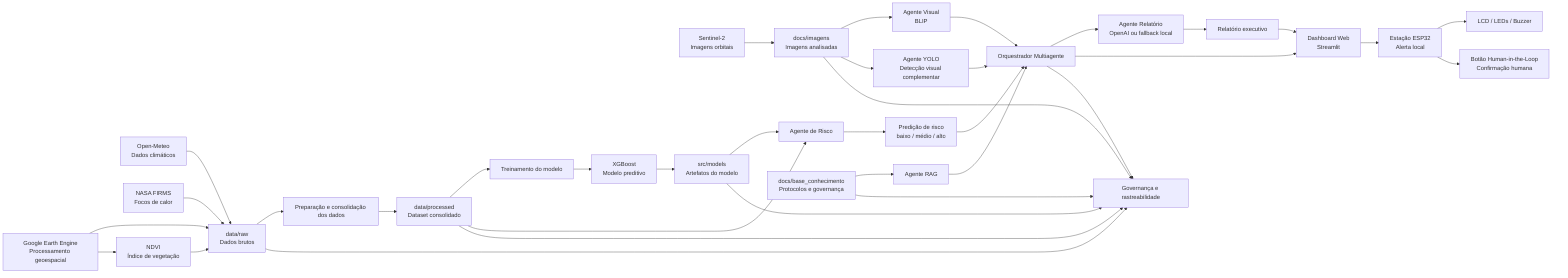
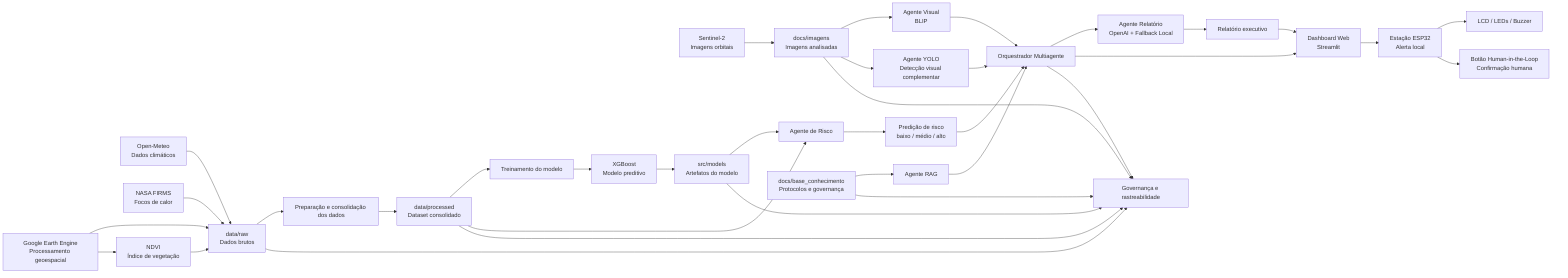
flowchart LR
+ 
    A[Open-Meteo<br/>Dados climáticos] --> B[data/raw<br/>Dados brutos]
    C[NASA FIRMS<br/>Focos de calor] --> B
    D[Google Earth Engine<br/>Processamento geoespacial] --> B
    E[Sentinel-2<br/>Imagens orbitais] --> F[docs/imagens<br/>Imagens analisadas]
    D --> G[NDVI<br/>Índice de vegetação]
    G --> B

    B --> H[Preparação e consolidação dos dados]
    H --> I[data/processed<br/>Dataset consolidado]

    I --> J[Treinamento do modelo]
    J --> K[XGBoost<br/>Modelo preditivo]
    K --> L[src/models<br/>Artefatos do modelo]

    I --> M[Agente de Risco]
    L --> M
    M --> N[Predição de risco<br/>baixo / médio / alto]

    F --> O[Agente Visual<br/>BLIP]
    F --> P[Agente YOLO<br/>Detecção visual complementar]

    Q[docs/base_conhecimento<br/>Protocolos e governança] --> R[Agente RAG]

    N --> S[Orquestrador Multiagente]
    O --> S
    P --> S
    R --> S

-     S --> T[Agente Relatório<br/>OpenAI ou fallback local]
+     S --> T[Agente Relatório<br/>OpenAI + Fallback Local]
    T --> U[Relatório executivo]

    S --> V[Dashboard Web<br/>Streamlit]
    U --> V

    V --> W[Estação ESP32<br/>Alerta local]
    W --> X[LCD / LEDs / Buzzer]
    W --> Y[Botão Human-in-the-Loop<br/>Confirmação humana]

    B --> Z[Governança e rastreabilidade]
    I --> Z
    F --> Z
    L --> Z
    Q --> Z
    S --> Z